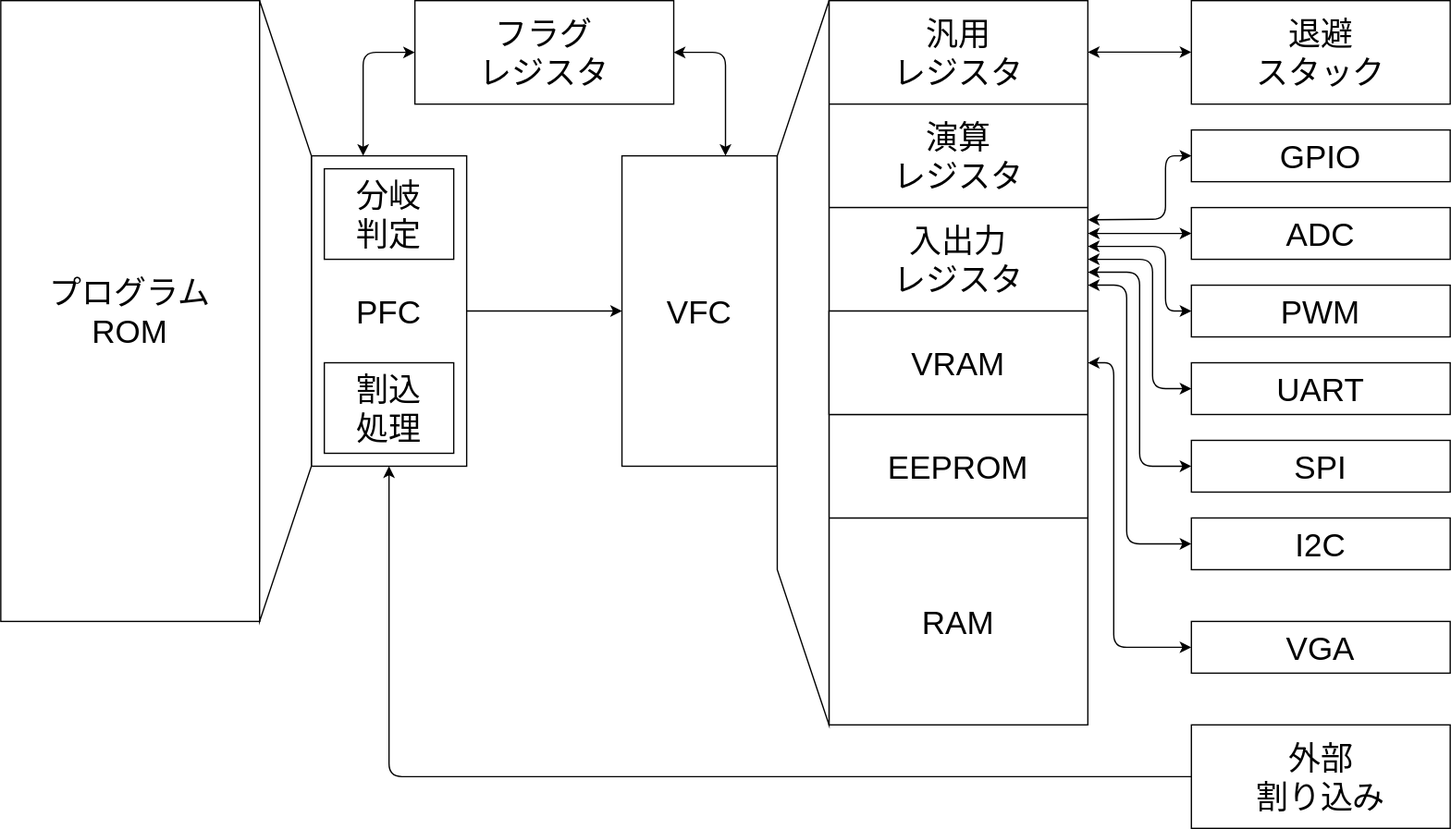
Before: Lab/Computer/Micon/01_CPU/img/arch.dio.svg, a diagram exported from draw.io (amane-uehara/kanade-k-1228.github.io). Source tidied: cells renumbered, new cells last; positions are measured from the earlier drawing's top-left corner, leaving out a move shared by most shapes.
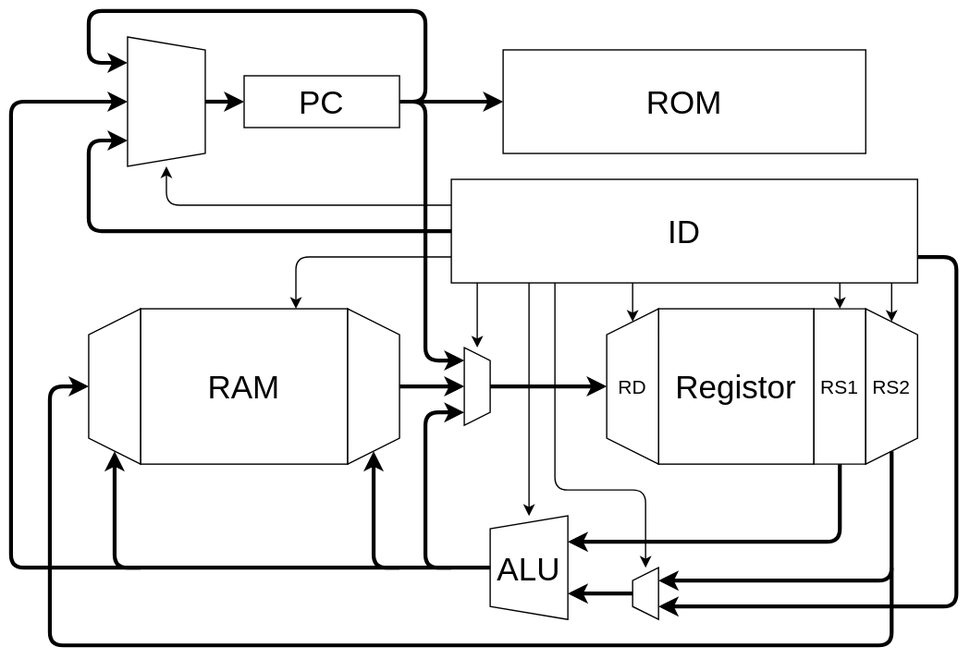
The same diagram one commit later.

What changed in the source:
```diff
@@ -2,179 +2,244 @@
   <root>
     <mxCell id="0" />
     <mxCell id="1" parent="0" />
+    <mxCell id="37" value="PC" style="rounded=0;whiteSpace=wrap;html=1;fontSize=25;" parent="1" vertex="1">
+      <mxGeometry x="200" y="60" width="120" height="40" as="geometry" />
+    </mxCell>
+    <mxCell id="38" style="shape=trapezoid;perimeter=trapezoidPerimeter;whiteSpace=wrap;html=1;fixedSize=1;fontSize=25;direction=south;size=9.999999999999943;" parent="1" vertex="1">
+      <mxGeometry x="370" y="270" width="20" height="60" as="geometry" />
+    </mxCell>
-    <mxCell id="2" value="汎用&lt;br&gt;レジスタ" style="rounded=0;whiteSpace=wrap;html=1;fontSize=25;" parent="1" vertex="1">
-      <mxGeometry x="640" width="200" height="80" as="geometry" />
+    <mxCell id="2" value="ROM" style="rounded=0;whiteSpace=wrap;html=1;fontSize=25;" parent="1" vertex="1">
+      <mxGeometry x="400" y="40" width="280" height="80" as="geometry" />
     </mxCell>
-    <mxCell id="3" value="演算&lt;br&gt;レジスタ" style="rounded=0;whiteSpace=wrap;html=1;fontSize=25;" parent="1" vertex="1">
-      <mxGeometry x="640" y="80" width="200" height="80" as="geometry" />
+    <mxCell id="3" value="RAM" style="rounded=0;whiteSpace=wrap;html=1;fontSize=25;" parent="1" vertex="1">
+      <mxGeometry x="120" y="240" width="160" height="120" as="geometry" />
     </mxCell>
-    <mxCell id="4" value="入出力&lt;br&gt;レジスタ" style="rounded=0;whiteSpace=wrap;html=1;fontSize=25;" parent="1" vertex="1">
-      <mxGeometry x="640" y="160" width="200" height="80" as="geometry" />
+    <mxCell id="4" value="ID" style="rounded=0;whiteSpace=wrap;html=1;fontSize=25;" parent="1" vertex="1">
+      <mxGeometry x="360" y="140" width="360" height="80" as="geometry" />
     </mxCell>
-    <mxCell id="5" value="RAM" style="rounded=0;whiteSpace=wrap;html=1;fontSize=25;" parent="1" vertex="1">
-      <mxGeometry x="640" y="400" width="200" height="160" as="geometry" />
+    <mxCell id="5" value="Registor" style="rounded=0;whiteSpace=wrap;html=1;fontSize=25;" parent="1" vertex="1">
+      <mxGeometry x="520" y="240" width="120" height="120" as="geometry" />
     </mxCell>
-    <mxCell id="6" value="EEPROM" style="rounded=0;whiteSpace=wrap;html=1;fontSize=25;" parent="1" vertex="1">
-      <mxGeometry x="640" y="320" width="200" height="80" as="geometry" />
+    <mxCell id="6" value="RD" style="shape=trapezoid;perimeter=trapezoidPerimeter;whiteSpace=wrap;html=1;fixedSize=1;fontSize=15;direction=north;" parent="1" vertex="1">
+      <mxGeometry x="480" y="240" width="40" height="120" as="geometry" />
     </mxCell>
-    <mxCell id="7" value="VFC" style="rounded=0;whiteSpace=wrap;html=1;fontSize=25;" parent="1" vertex="1">
-      <mxGeometry x="480" y="120" width="120" height="240" as="geometry" />
+    <mxCell id="7" value="RS1" style="shape=trapezoid;perimeter=trapezoidPerimeter;whiteSpace=wrap;html=1;fixedSize=1;fontSize=15;direction=south;size=0;" parent="1" vertex="1">
+      <mxGeometry x="640" y="240" width="40" height="120" as="geometry" />
     </mxCell>
-    <mxCell id="8" value="PFC" style="rounded=0;whiteSpace=wrap;html=1;fontSize=25;" parent="1" vertex="1">
-      <mxGeometry x="240" y="120" width="120" height="240" as="geometry" />
-    </mxCell>
-    <mxCell id="9" value="フラグ&lt;br&gt;レジスタ" style="rounded=0;whiteSpace=wrap;html=1;fontSize=25;" parent="1" vertex="1">
-      <mxGeometry x="320" width="200" height="80" as="geometry" />
+    <mxCell id="9" value="RS2" style="shape=trapezoid;perimeter=trapezoidPerimeter;whiteSpace=wrap;html=1;fixedSize=1;fontSize=15;direction=south;" parent="1" vertex="1">
+      <mxGeometry x="680" y="240" width="40" height="120" as="geometry" />
     </mxCell>
-    <mxCell id="10" value="プログラム&lt;br&gt;ROM" style="rounded=0;whiteSpace=wrap;html=1;fontSize=25;" parent="1" vertex="1">
-      <mxGeometry width="200" height="480" as="geometry" />
+    <mxCell id="10" style="shape=trapezoid;perimeter=trapezoidPerimeter;whiteSpace=wrap;html=1;fixedSize=1;fontSize=25;direction=north;size=10;" parent="1" vertex="1">
+      <mxGeometry x="500" y="440" width="20" height="40" as="geometry" />
     </mxCell>
-    <mxCell id="11" style="endArrow=classic;startArrow=classic;html=1;fontSize=25;" parent="1" edge="1">
-      <mxGeometry relative="1" as="geometry">
-        <mxPoint x="840" y="169.5" as="sourcePoint" />
-        <mxPoint x="920" y="120" as="targetPoint" />
-        <Array as="points">
-          <mxPoint x="900" y="169" />
-          <mxPoint x="900" y="120" />
-        </Array>
-      </mxGeometry>
+    <mxCell id="11" value="ALU" style="shape=trapezoid;perimeter=trapezoidPerimeter;whiteSpace=wrap;html=1;fixedSize=1;fontSize=25;direction=north;size=10;" parent="1" vertex="1">
+      <mxGeometry x="390" y="400" width="60" height="80" as="geometry" />
     </mxCell>
-    <mxCell id="12" style="endArrow=classic;startArrow=classic;html=1;fontSize=25;" parent="1" edge="1">
+    <mxCell id="12" style="endArrow=classic;html=1;fontSize=25;strokeWidth=3;" parent="1" edge="1">
       <mxGeometry relative="1" as="geometry">
-        <mxPoint x="840" y="180" as="sourcePoint" />
-        <mxPoint x="920" y="180" as="targetPoint" />
+        <mxPoint x="660" y="360" as="sourcePoint" />
+        <mxPoint x="450" y="420" as="targetPoint" />
+        <Array as="points">
+          <mxPoint x="660" y="420" />
+        </Array>
       </mxGeometry>
     </mxCell>
-    <mxCell id="13" value="GPIO" style="rounded=0;whiteSpace=wrap;html=1;fontSize=25;" parent="1" vertex="1">
-      <mxGeometry x="920" y="100" width="200" height="40" as="geometry" />
-    </mxCell>
+    <mxCell id="39" style="shape=trapezoid;perimeter=trapezoidPerimeter;whiteSpace=wrap;html=1;fixedSize=1;fontSize=25;direction=south;" parent="1" vertex="1">
+      <mxGeometry x="280" y="240" width="40" height="120" as="geometry" />
+    </mxCell>
+    <mxCell id="40" style="shape=trapezoid;perimeter=trapezoidPerimeter;whiteSpace=wrap;html=1;fixedSize=1;fontSize=25;direction=north;" parent="1" vertex="1">
+      <mxGeometry x="80" y="240" width="40" height="120" as="geometry" />
+    </mxCell>
+    <mxCell id="41" style="endArrow=classic;html=1;fontSize=25;strokeWidth=3;" parent="1" edge="1">
+      <mxGeometry relative="1" as="geometry">
+        <mxPoint x="700" y="350" as="sourcePoint" />
+        <mxPoint x="520" y="450" as="targetPoint" />
+        <Array as="points">
+          <mxPoint x="700" y="450" />
+        </Array>
+      </mxGeometry>
+    </mxCell>
-    <mxCell id="14" style="shape=trapezoid;perimeter=trapezoidPerimeter;whiteSpace=wrap;html=1;fixedSize=1;fontSize=25;direction=south;size=120;" parent="1" vertex="1">
-      <mxGeometry x="200" width="40" height="480" as="geometry" />
+    <mxCell id="14" style="endArrow=classic;html=1;fontSize=25;startArrow=none;startFill=0;strokeWidth=3;" parent="1" edge="1">
+      <mxGeometry relative="1" as="geometry">
+        <mxPoint x="720" y="200" as="sourcePoint" />
+        <mxPoint x="520" y="470" as="targetPoint" />
+        <Array as="points">
+          <mxPoint x="750" y="200" />
+          <mxPoint x="750" y="470" />
+        </Array>
+      </mxGeometry>
     </mxCell>
-    <mxCell id="15" style="shape=trapezoid;perimeter=trapezoidPerimeter;whiteSpace=wrap;html=1;fixedSize=1;fontSize=25;direction=north;size=120;" parent="1" vertex="1">
-      <mxGeometry x="600" width="40" height="560" as="geometry" />
-    </mxCell>
-    <mxCell id="16" style="endArrow=classic;html=1;fontSize=25;" parent="1" edge="1">
+    <mxCell id="16" style="endArrow=classic;html=1;fontSize=25;strokeWidth=3;" parent="1" edge="1">
       <mxGeometry relative="1" as="geometry">
-        <mxPoint x="920" y="600" as="sourcePoint" />
-        <mxPoint x="300" y="360" as="targetPoint" />
-        <Array as="points">
-          <mxPoint x="300" y="600" />
-        </Array>
+        <mxPoint x="500" y="460" as="sourcePoint" />
+        <mxPoint x="450" y="460" as="targetPoint" />
       </mxGeometry>
     </mxCell>
-    <mxCell id="17" value="外部&lt;br&gt;割り込み" style="rounded=0;whiteSpace=wrap;html=1;fontSize=25;" parent="1" vertex="1">
-      <mxGeometry x="920" y="560" width="200" height="80" as="geometry" />
-    </mxCell>
+    <mxCell id="42" style="endArrow=classic;html=1;fontSize=25;strokeWidth=3;" parent="1" edge="1">
+      <mxGeometry relative="1" as="geometry">
+        <mxPoint x="390" y="300" as="sourcePoint" />
+        <mxPoint x="480" y="300" as="targetPoint" />
+      </mxGeometry>
+    </mxCell>
-    <mxCell id="18" value="I2C" style="rounded=0;whiteSpace=wrap;html=1;fontSize=25;" parent="1" vertex="1">
-      <mxGeometry x="920" y="400" width="200" height="40" as="geometry" />
+    <mxCell id="18" style="endArrow=classic;html=1;fontSize=25;strokeWidth=3;" parent="1" edge="1">
+      <mxGeometry relative="1" as="geometry">
+        <mxPoint x="320" y="300" as="sourcePoint" />
+        <mxPoint x="370" y="300" as="targetPoint" />
+      </mxGeometry>
     </mxCell>
-    <mxCell id="19" value="UART" style="rounded=0;whiteSpace=wrap;html=1;fontSize=25;" parent="1" vertex="1">
-      <mxGeometry x="920" y="280" width="200" height="40" as="geometry" />
-    </mxCell>
-    <mxCell id="20" value="SPI" style="rounded=0;whiteSpace=wrap;html=1;fontSize=25;" parent="1" vertex="1">
-      <mxGeometry x="920" y="340" width="200" height="40" as="geometry" />
-    </mxCell>
-    <mxCell id="21" value="ADC" style="rounded=0;whiteSpace=wrap;html=1;fontSize=25;" parent="1" vertex="1">
-      <mxGeometry x="920" y="160" width="200" height="40" as="geometry" />
-    </mxCell>
-    <mxCell id="22" value="PWM" style="rounded=0;whiteSpace=wrap;html=1;fontSize=25;" parent="1" vertex="1">
-      <mxGeometry x="920" y="220" width="200" height="40" as="geometry" />
-    </mxCell>
-    <mxCell id="23" style="endArrow=classic;startArrow=classic;html=1;fontSize=25;" parent="1" edge="1">
-      <mxGeometry relative="1" as="geometry">
-        <mxPoint x="840" y="190" as="sourcePoint" />
-        <mxPoint x="920" y="240" as="targetPoint" />
-        <Array as="points">
-          <mxPoint x="900" y="190" />
-          <mxPoint x="900" y="240" />
-        </Array>
-      </mxGeometry>
-    </mxCell>
-    <mxCell id="24" style="endArrow=classic;startArrow=classic;html=1;fontSize=25;" parent="1" edge="1">
-      <mxGeometry relative="1" as="geometry">
-        <mxPoint x="840" y="210" as="sourcePoint" />
-        <mxPoint x="920" y="360" as="targetPoint" />
-        <Array as="points">
-          <mxPoint x="880" y="210" />
-          <mxPoint x="880" y="360" />
-        </Array>
-      </mxGeometry>
-    </mxCell>
-    <mxCell id="25" style="endArrow=classic;startArrow=classic;html=1;fontSize=25;" parent="1" edge="1">
-      <mxGeometry relative="1" as="geometry">
-        <mxPoint x="840" y="200" as="sourcePoint" />
-        <mxPoint x="920" y="300" as="targetPoint" />
-        <Array as="points">
-          <mxPoint x="890" y="200" />
-          <mxPoint x="890" y="300" />
-        </Array>
-      </mxGeometry>
-    </mxCell>
-    <mxCell id="26" style="endArrow=classic;startArrow=classic;html=1;fontSize=25;" parent="1" edge="1">
-      <mxGeometry relative="1" as="geometry">
-        <mxPoint x="840" y="220" as="sourcePoint" />
-        <mxPoint x="920" y="420" as="targetPoint" />
-        <Array as="points">
-          <mxPoint x="870" y="220" />
-          <mxPoint x="870" y="420" />
-        </Array>
-      </mxGeometry>
-    </mxCell>
-    <mxCell id="27" value="分岐&lt;br&gt;判定" style="rounded=0;whiteSpace=wrap;html=1;fontSize=25;" parent="1" vertex="1">
-      <mxGeometry x="250" y="130" width="100" height="70" as="geometry" />
-    </mxCell>
-    <mxCell id="28" value="割込&lt;br&gt;処理" style="rounded=0;whiteSpace=wrap;html=1;fontSize=25;" parent="1" vertex="1">
-      <mxGeometry x="250" y="280" width="100" height="70" as="geometry" />
-    </mxCell>
-    <mxCell id="29" style="endArrow=classic;html=1;fontSize=25;startArrow=classic;startFill=1;" parent="1" edge="1">
-      <mxGeometry relative="1" as="geometry">
-        <mxPoint x="560" y="120" as="sourcePoint" />
-        <mxPoint x="520" y="40" as="targetPoint" />
-        <Array as="points">
-          <mxPoint x="560" y="40" />
-        </Array>
-      </mxGeometry>
-    </mxCell>
-    <mxCell id="30" style="endArrow=classic;html=1;fontSize=25;startArrow=classic;startFill=1;" parent="1" edge="1">
-      <mxGeometry relative="1" as="geometry">
-        <mxPoint x="320" y="40" as="sourcePoint" />
-        <mxPoint x="280" y="120" as="targetPoint" />
-        <Array as="points">
-          <mxPoint x="280" y="40" />
-        </Array>
-      </mxGeometry>
-    </mxCell>
-    <mxCell id="31" style="endArrow=classic;html=1;fontSize=25;" parent="1" edge="1">
-      <mxGeometry relative="1" as="geometry">
-        <mxPoint x="360" y="240" as="sourcePoint" />
-        <mxPoint x="480" y="240" as="targetPoint" />
-      </mxGeometry>
-    </mxCell>
-    <mxCell id="32" value="退避&lt;br&gt;スタック" style="rounded=0;whiteSpace=wrap;html=1;fontSize=25;" parent="1" vertex="1">
-      <mxGeometry x="920" width="200" height="80" as="geometry" />
-    </mxCell>
-    <mxCell id="33" style="endArrow=classic;startArrow=classic;html=1;" parent="1" edge="1">
-      <mxGeometry relative="1" as="geometry">
-        <mxPoint x="840" y="39.8" as="sourcePoint" />
-        <mxPoint x="920" y="39.8" as="targetPoint" />
-      </mxGeometry>
-    </mxCell>
-    <mxCell id="34" value="VRAM" style="rounded=0;whiteSpace=wrap;html=1;fontSize=25;" parent="1" vertex="1">
-      <mxGeometry x="640" y="240" width="200" height="80" as="geometry" />
-    </mxCell>
+    <mxCell id="43" style="endArrow=classic;html=1;fontSize=25;startArrow=none;startFill=0;" parent="1" edge="1">
+      <mxGeometry relative="1" as="geometry">
+        <mxPoint x="420" y="220" as="sourcePoint" />
+        <mxPoint x="420" y="400" as="targetPoint" />
+      </mxGeometry>
+    </mxCell>
-    <mxCell id="35" style="endArrow=classic;startArrow=classic;html=1;fontSize=25;" parent="1" edge="1">
+    <mxCell id="35" style="endArrow=classic;html=1;fontSize=25;strokeWidth=3;" parent="1" edge="1">
       <mxGeometry relative="1" as="geometry">
-        <mxPoint x="840" y="280" as="sourcePoint" />
-        <mxPoint x="920" y="500" as="targetPoint" />
+        <mxPoint x="700" y="440" as="sourcePoint" />
+        <mxPoint x="80" y="300" as="targetPoint" />
         <Array as="points">
-          <mxPoint x="860" y="280" />
-          <mxPoint x="860" y="500" />
+          <mxPoint x="700" y="500" />
+          <mxPoint x="50" y="500" />
+          <mxPoint x="50" y="300" />
         </Array>
       </mxGeometry>
     </mxCell>
-    <mxCell id="36" value="VGA" style="rounded=0;whiteSpace=wrap;html=1;fontSize=25;" parent="1" vertex="1">
-      <mxGeometry x="920" y="480" width="200" height="40" as="geometry" />
-    </mxCell>
+    <mxCell id="44" style="endArrow=classic;html=1;fontSize=25;startArrow=none;startFill=0;" parent="1" edge="1">
+      <mxGeometry relative="1" as="geometry">
+        <mxPoint x="380" y="220" as="sourcePoint" />
+        <mxPoint x="380" y="270" as="targetPoint" />
+      </mxGeometry>
+    </mxCell>
+    <mxCell id="45" style="endArrow=classic;html=1;fontSize=25;startArrow=none;startFill=0;" parent="1" edge="1">
+      <mxGeometry relative="1" as="geometry">
+        <mxPoint x="500" y="220" as="sourcePoint" />
+        <mxPoint x="500" y="250" as="targetPoint" />
+      </mxGeometry>
+    </mxCell>
+    <mxCell id="46" style="endArrow=classic;html=1;fontSize=25;startArrow=none;startFill=0;" parent="1" edge="1">
+      <mxGeometry relative="1" as="geometry">
+        <mxPoint x="660" y="220" as="sourcePoint" />
+        <mxPoint x="660" y="240" as="targetPoint" />
+      </mxGeometry>
+    </mxCell>
+    <mxCell id="47" style="endArrow=classic;html=1;fontSize=25;startArrow=none;startFill=0;" parent="1" edge="1">
+      <mxGeometry relative="1" as="geometry">
+        <mxPoint x="700" y="220" as="sourcePoint" />
+        <mxPoint x="700" y="250" as="targetPoint" />
+      </mxGeometry>
+    </mxCell>
+    <mxCell id="48" style="endArrow=classic;html=1;fontSize=25;startArrow=none;startFill=0;strokeWidth=3;" parent="1" edge="1">
+      <mxGeometry relative="1" as="geometry">
+        <mxPoint x="390" y="440" as="sourcePoint" />
+        <mxPoint x="110" y="80" as="targetPoint" />
+        <Array as="points">
+          <mxPoint x="20" y="440" />
+          <mxPoint x="20" y="80" />
+        </Array>
+      </mxGeometry>
+    </mxCell>
+    <mxCell id="49" style="endArrow=classic;html=1;fontSize=25;startArrow=none;startFill=0;strokeWidth=3;" parent="1" edge="1">
+      <mxGeometry relative="1" as="geometry">
+        <mxPoint x="320" y="440" as="sourcePoint" />
+        <mxPoint x="300" y="350" as="targetPoint" />
+        <Array as="points">
+          <mxPoint x="300" y="440" />
+        </Array>
+      </mxGeometry>
+    </mxCell>
+    <mxCell id="50" style="endArrow=classic;html=1;fontSize=25;startArrow=none;startFill=0;strokeWidth=3;" parent="1" edge="1">
+      <mxGeometry relative="1" as="geometry">
+        <mxPoint x="360" y="440" as="sourcePoint" />
+        <mxPoint x="370" y="320" as="targetPoint" />
+        <Array as="points">
+          <mxPoint x="340" y="440" />
+          <mxPoint x="340" y="320" />
+        </Array>
+      </mxGeometry>
+    </mxCell>
+    <mxCell id="51" style="endArrow=classic;html=1;fontSize=25;startArrow=none;startFill=0;" parent="1" edge="1">
+      <mxGeometry relative="1" as="geometry">
+        <mxPoint x="440" y="220" as="sourcePoint" />
+        <mxPoint x="510" y="440" as="targetPoint" />
+        <Array as="points">
+          <mxPoint x="440" y="380" />
+          <mxPoint x="510" y="380" />
+        </Array>
+      </mxGeometry>
+    </mxCell>
+    <mxCell id="52" style="endArrow=classic;html=1;fontSize=25;startArrow=none;startFill=0;strokeWidth=3;" parent="1" edge="1">
+      <mxGeometry relative="1" as="geometry">
+        <mxPoint x="320" y="80" as="sourcePoint" />
+        <mxPoint x="370" y="280" as="targetPoint" />
+        <Array as="points">
+          <mxPoint x="340" y="80" />
+          <mxPoint x="340" y="280" />
+        </Array>
+      </mxGeometry>
+    </mxCell>
+    <mxCell id="53" style="endArrow=classic;html=1;fontSize=25;startArrow=none;startFill=0;" parent="1" edge="1">
+      <mxGeometry relative="1" as="geometry">
+        <mxPoint x="360" y="200" as="sourcePoint" />
+        <mxPoint x="240" y="240" as="targetPoint" />
+        <Array as="points">
+          <mxPoint x="240" y="200" />
+        </Array>
+      </mxGeometry>
+    </mxCell>
+    <mxCell id="54" style="endArrow=classic;html=1;fontSize=25;startArrow=none;startFill=0;strokeWidth=3;" parent="1" edge="1">
+      <mxGeometry relative="1" as="geometry">
+        <mxPoint x="120" y="440" as="sourcePoint" />
+        <mxPoint x="100" y="350" as="targetPoint" />
+        <Array as="points">
+          <mxPoint x="100" y="440" />
+        </Array>
+      </mxGeometry>
+    </mxCell>
+    <mxCell id="55" style="endArrow=classic;html=1;fontSize=25;startArrow=none;startFill=0;strokeWidth=3;" parent="1" edge="1">
+      <mxGeometry relative="1" as="geometry">
+        <mxPoint x="320" y="80" as="sourcePoint" />
+        <mxPoint x="400" y="80" as="targetPoint" />
+      </mxGeometry>
+    </mxCell>
+    <mxCell id="56" style="shape=trapezoid;perimeter=trapezoidPerimeter;whiteSpace=wrap;html=1;fixedSize=1;fontSize=25;direction=south;size=10;" parent="1" vertex="1">
+      <mxGeometry x="110" y="30" width="60" height="100" as="geometry" />
+    </mxCell>
+    <mxCell id="57" style="endArrow=classic;html=1;fontSize=25;startArrow=none;startFill=0;strokeWidth=3;" parent="1" edge="1">
+      <mxGeometry relative="1" as="geometry">
+        <mxPoint x="320" y="80" as="sourcePoint" />
+        <mxPoint x="110" y="50" as="targetPoint" />
+        <Array as="points">
+          <mxPoint x="340" y="80" />
+          <mxPoint x="340" y="10" />
+          <mxPoint x="80" y="10" />
+          <mxPoint x="80" y="50" />
+        </Array>
+      </mxGeometry>
+    </mxCell>
+    <mxCell id="58" style="endArrow=classic;html=1;fontSize=25;startArrow=none;startFill=0;strokeWidth=3;" parent="1" edge="1">
+      <mxGeometry relative="1" as="geometry">
+        <mxPoint x="360" y="180" as="sourcePoint" />
+        <mxPoint x="110" y="110" as="targetPoint" />
+        <Array as="points">
+          <mxPoint x="80" y="180" />
+          <mxPoint x="80" y="110" />
+        </Array>
+      </mxGeometry>
+    </mxCell>
+    <mxCell id="59" style="endArrow=classic;html=1;fontSize=25;startArrow=none;startFill=0;strokeWidth=3;" parent="1" edge="1">
+      <mxGeometry relative="1" as="geometry">
+        <mxPoint x="170" y="80" as="sourcePoint" />
+        <mxPoint x="200" y="80" as="targetPoint" />
+      </mxGeometry>
+    </mxCell>
+    <mxCell id="60" style="endArrow=classic;html=1;fontSize=25;startArrow=none;startFill=0;" parent="1" edge="1">
+      <mxGeometry relative="1" as="geometry">
+        <mxPoint x="360" y="160" as="sourcePoint" />
+        <mxPoint x="140" y="130" as="targetPoint" />
+        <Array as="points">
+          <mxPoint x="140" y="160" />
+        </Array>
+      </mxGeometry>
+    </mxCell>
   </root>
 </mxGraphModel>
```
